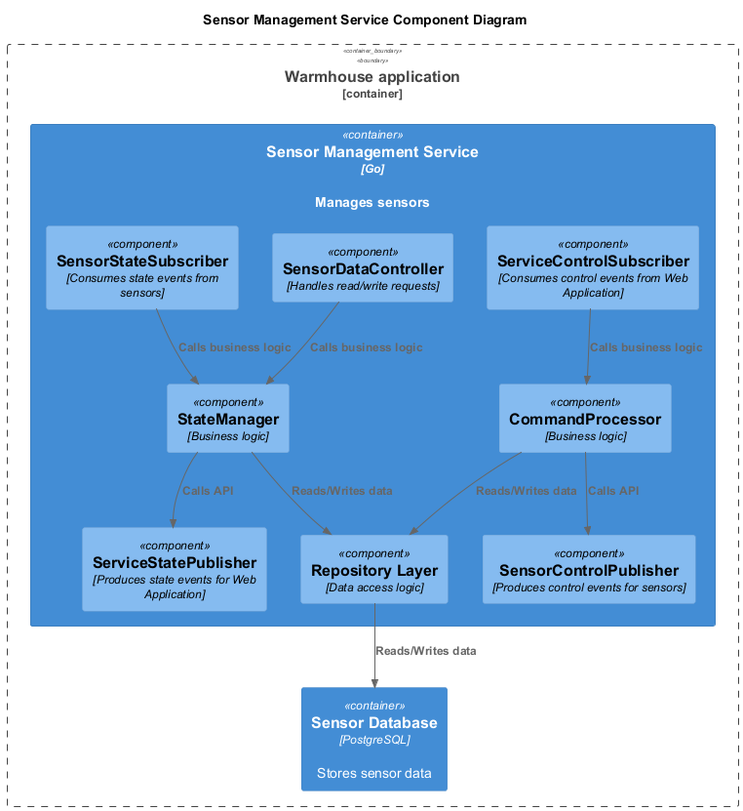
Earlier version of the PlantUML export diagrams/component/sensor-management-service.png (grafkozloff/arch-sprint1). Its diagram source:
```plantuml
@startuml
title Sensor Management Service Component Diagram

top to bottom direction

!includeurl https://raw.githubusercontent.com/RicardoNiepel/C4-PlantUML/master/C4_Component.puml

Container_Boundary(WarmhouseApp, "Warmhouse application") {
  Container(SensorService, "Sensor Management Service", "Go", "Manages sensors")
  Container(SensorDatabase, "Sensor Database", "PostgreSQL", "Stores sensor data")
}

Container(SensorService, "Sensor Management Service", "Go") {
  Component(SensorDataController, "SensorDataController", "Handles read/write requests")
  Component(ServiceControlSubscriber, "ServiceControlSubscriber", "Consumes control events from Web Application")
  Component(SensorControlPublisher, "SensorControlPublisher", "Produces control events for sensors")
  Component(ServiceStatePublisher, "ServiceStatePublisher", "Produces state events for Web Application")
  Component(SensorStateSubscriber, "SensorStateSubscriber", "Consumes state events from sensors")
  Component(CommandProcessor, "CommandProcessor", "Business logic")
  Component(StateManager, "StateManager", "Business logic")
  Component(RepositoryLayer, "Repository Layer", "Data access logic")
}

Rel(SensorDataController, StateManager, "Calls business logic")
Rel(StateManager, ServiceStatePublisher, "Calls API")
Rel(SensorStateSubscriber, StateManager, "Calls business logic")
Rel(CommandProcessor, SensorControlPublisher, "Calls API")
Rel(ServiceControlSubscriber, CommandProcessor, "Calls business logic")
Rel(CommandProcessor, RepositoryLayer, "Reads/Writes data")
Rel(StateManager, RepositoryLayer, "Reads/Writes data")
Rel(RepositoryLayer, SensorDatabase, "Reads/Writes data")
@enduml
```
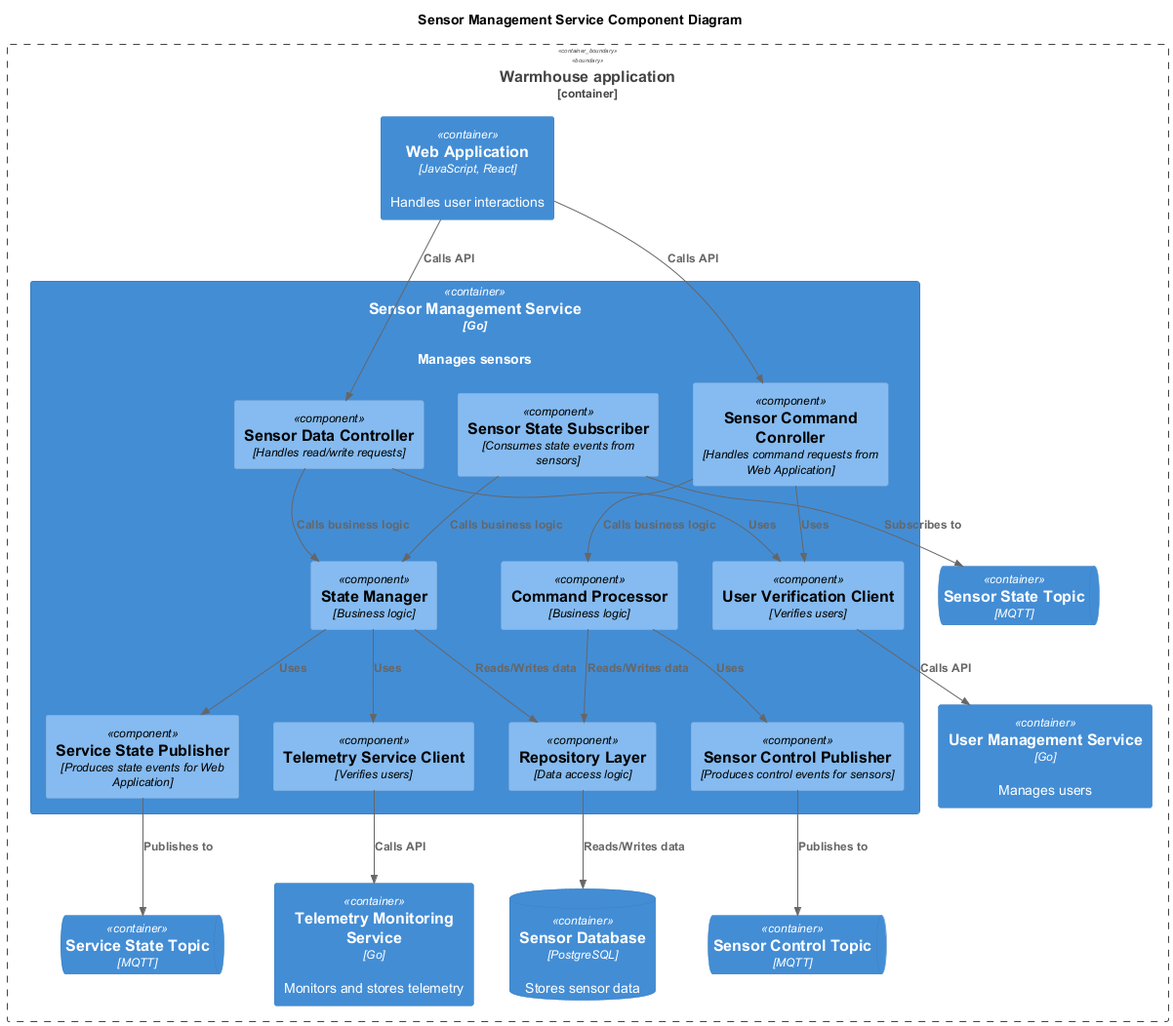
Later version of the same file.

Diff of the diagram source:
```diff
@@ -6,27 +6,45 @@
 !includeurl https://raw.githubusercontent.com/RicardoNiepel/C4-PlantUML/master/C4_Component.puml
 
 Container_Boundary(WarmhouseApp, "Warmhouse application") {
+  Container(WebApp, "Web Application", "JavaScript, React", "Handles user interactions")
   Container(SensorService, "Sensor Management Service", "Go", "Manages sensors")
-  Container(SensorDatabase, "Sensor Database", "PostgreSQL", "Stores sensor data")
+  Container(UserService, "User Management Service", "Go", "Manages users")
+  Container(TelemetryService, "Telemetry Monitoring Service", "Go", "Monitors and stores telemetry")
+  ContainerQueue(SensorControlTopic, "Sensor Control Topic", "MQTT")
+  ContainerQueue(SensorStateTopic, "Sensor State Topic", "MQTT")
+  ContainerQueue(ServiceStateTopic, "Service State Topic", "MQTT")
+  ContainerDb(SensorDatabase, "Sensor Database", "PostgreSQL", "Stores sensor data")
 }
 
 Container(SensorService, "Sensor Management Service", "Go") {
-  Component(SensorDataController, "SensorDataController", "Handles read/write requests")
-  Component(ServiceControlSubscriber, "ServiceControlSubscriber", "Consumes control events from Web Application")
-  Component(SensorControlPublisher, "SensorControlPublisher", "Produces control events for sensors")
-  Component(ServiceStatePublisher, "ServiceStatePublisher", "Produces state events for Web Application")
-  Component(SensorStateSubscriber, "SensorStateSubscriber", "Consumes state events from sensors")
-  Component(CommandProcessor, "CommandProcessor", "Business logic")
-  Component(StateManager, "StateManager", "Business logic")
+  Component(SensorDataController, "Sensor Data Controller", "Handles read/write requests")
+  Component(SensorCommandConroller, "Sensor Command Conroller", "Handles command requests from Web Application")
+  Component(SensorControlPublisher, "Sensor Control Publisher", "Produces control events for sensors")
+  Component(ServiceStatePublisher, "Service State Publisher", "Produces state events for Web Application")
+  Component(SensorStateSubscriber, "Sensor State Subscriber", "Consumes state events from sensors")
+  Component(UserVerificationClient, "User Verification Client", "Verifies users")
+  Component(TelemetryServiceClient, "Telemetry Service Client", "Verifies users")
+  Component(CommandProcessor, "Command Processor", "Business logic")
+  Component(StateManager, "State Manager", "Business logic")
   Component(RepositoryLayer, "Repository Layer", "Data access logic")
 }
-
+Rel(WebApp, SensorCommandConroller, "Calls API")
+Rel(WebApp, SensorDataController, "Calls API")
+Rel(SensorStateSubscriber, SensorStateTopic, "Subscribes to")
+Rel(ServiceStatePublisher, ServiceStateTopic, "Publishes to")
+Rel(SensorControlPublisher, SensorControlTopic, "Publishes to")
 Rel(SensorDataController, StateManager, "Calls business logic")
-Rel(StateManager, ServiceStatePublisher, "Calls API")
+Rel(StateManager, ServiceStatePublisher, "Uses")
 Rel(SensorStateSubscriber, StateManager, "Calls business logic")
-Rel(CommandProcessor, SensorControlPublisher, "Calls API")
-Rel(ServiceControlSubscriber, CommandProcessor, "Calls business logic")
+Rel(CommandProcessor, SensorControlPublisher, "Uses")
+Rel(SensorCommandConroller, CommandProcessor, "Calls business logic")
 Rel(CommandProcessor, RepositoryLayer, "Reads/Writes data")
 Rel(StateManager, RepositoryLayer, "Reads/Writes data")
+Rel(StateManager, TelemetryServiceClient, "Uses")
 Rel(RepositoryLayer, SensorDatabase, "Reads/Writes data")
+Rel(UserVerificationClient, UserService, "Calls API")
+Rel(TelemetryServiceClient, TelemetryService, "Calls API")
+
+Rel(SensorDataController, UserVerificationClient, "Uses")
+Rel(SensorCommandConroller, UserVerificationClient, "Uses")
 @enduml
```
